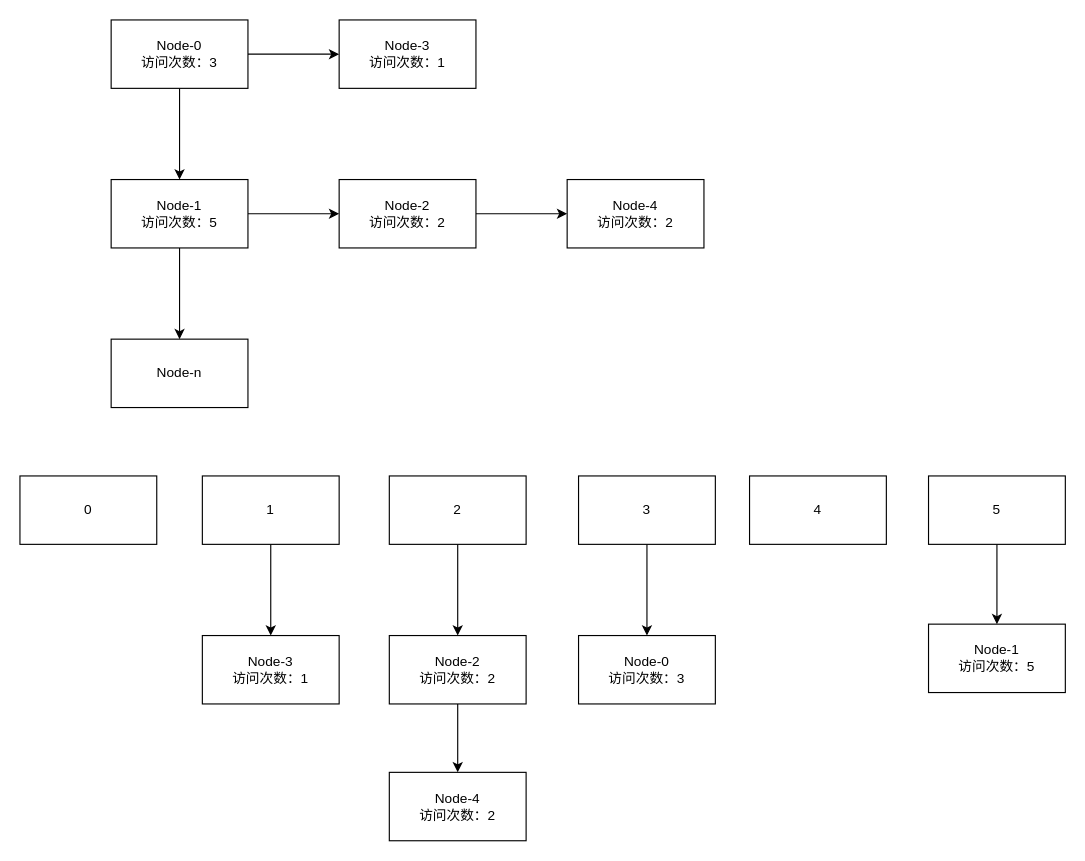
The draw.io diagram CountingSortHashMap.drawio in GallantKong/diagram, before the edit. Source tidied: cells renumbered, new cells numbered last; positions are measured from the earlier drawing's top-left corner, leaving out a move shared by most shapes. Both pictures are drawn from the tidied source at 114%, with x=0, y=0 at pixel (19, 19).
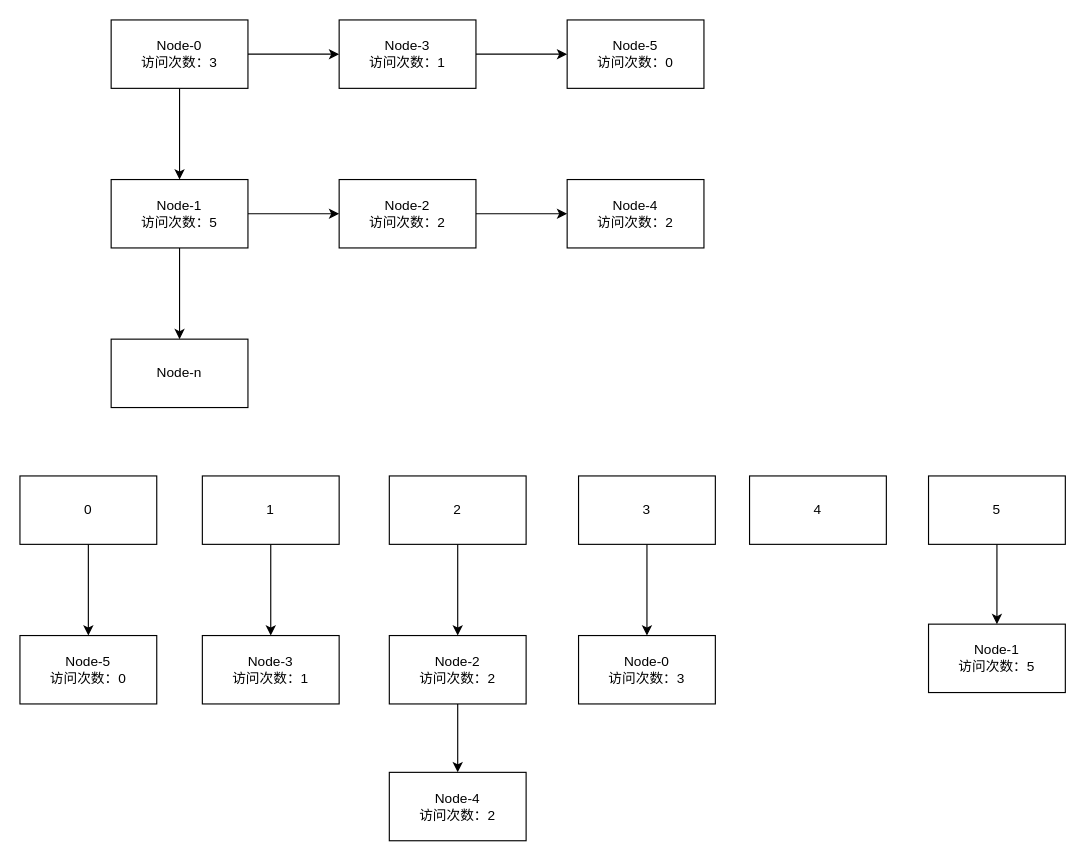
The same page after the edit.

The change refers to these unchanged cells:
```xml
<mxCell id="9" value="Node-3&lt;br&gt;访问次数：1" style="rounded=0;whiteSpace=wrap;html=1;" parent="1" vertex="1">
  <mxGeometry x="280" width="120" height="60" as="geometry" />
</mxCell>
<mxCell id="13" value="0" style="rounded=0;whiteSpace=wrap;html=1;" parent="1" vertex="1">
  <mxGeometry y="400" width="120" height="60" as="geometry" />
</mxCell>
```

Change to the diagram source:
```diff
@@
+    <mxCell id="29" style="edgeStyle=orthogonalEdgeStyle;rounded=0;jettySize=auto;html=1;" parent="1" edge="1" source="9" target="31">
+      <mxGeometry relative="1" as="geometry" />
+    </mxCell>
@@
+    <mxCell id="30" style="edgeStyle=orthogonalEdgeStyle;rounded=0;jettySize=auto;html=1;" parent="1" edge="1" source="13" target="32">
+      <mxGeometry relative="1" as="geometry" />
+    </mxCell>
@@
+    <mxCell id="31" value="Node-5&lt;br&gt;访问次数：0" style="rounded=0;whiteSpace=wrap;html=1;" parent="1" vertex="1">
+      <mxGeometry x="480" width="120" height="60" as="geometry" />
+    </mxCell>
+    <mxCell id="32" value="Node-5&lt;br&gt;访问次数：0" style="rounded=0;whiteSpace=wrap;html=1;" parent="1" vertex="1">
+      <mxGeometry y="540" width="120" height="60" as="geometry" />
+    </mxCell>
```
